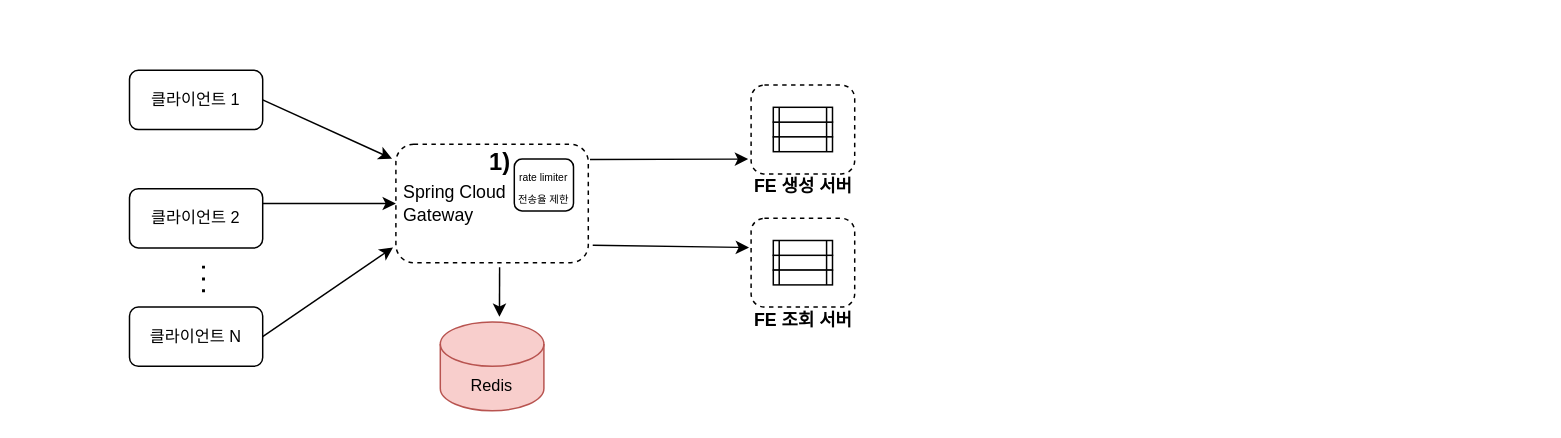
BaekSeungYeol/perpetmatch-Api keeps this draw.io diagram as 제목 없는 다이어그램.drawio. Above is the earlier version. Source tidied: cells renumbered, new cells numbered last; positions are measured from the earlier drawing's top-left corner, leaving out a move shared by most shapes. Both pictures are drawn from the tidied source at 148%, with x=0, y=0 at pixel (129, 70).
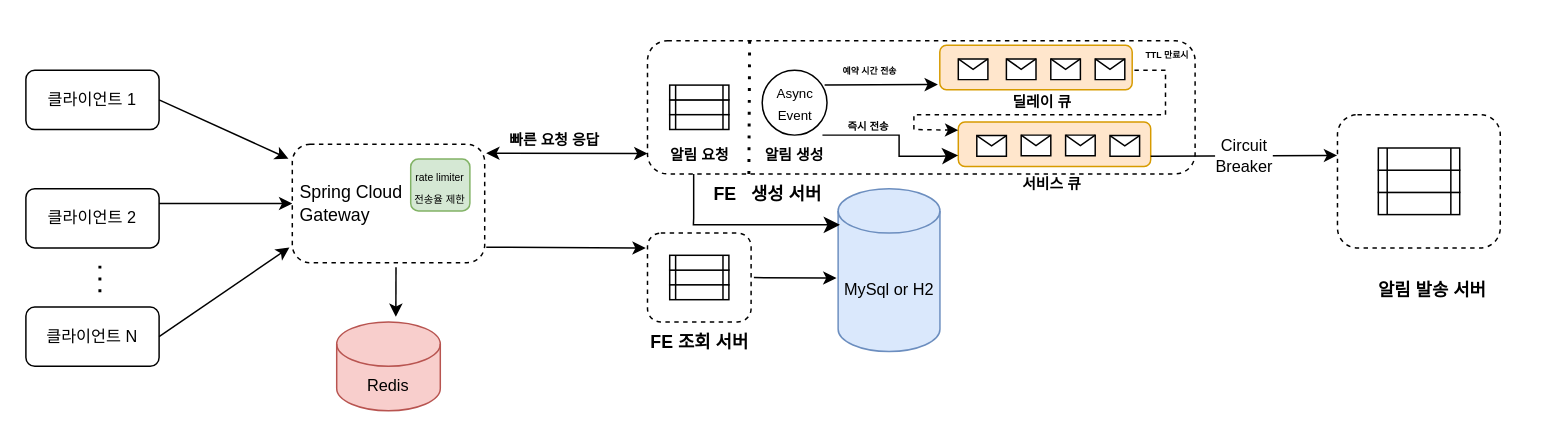
After the change.

Commit message (it also covers changes not shown here):
제목 없는 다이어그램.drawio 업데이트

The edit, as a diff of the source:
```diff
@@
     <mxCell id="2" value="&lt;font style=&quot;font-size: 11px;&quot;&gt;클라이언트 1&lt;/font&gt;" style="rounded=1;whiteSpace=wrap;html=1;" parent="1" vertex="1">
-      <mxGeometry width="90" height="40" as="geometry" />
+      <mxGeometry x="-70" width="90" height="40" as="geometry" />
     </mxCell>
     <mxCell id="3" value="&lt;font style=&quot;font-size: 11px;&quot;&gt;클라이언트 2&lt;/font&gt;" style="rounded=1;whiteSpace=wrap;html=1;" parent="1" vertex="1">
-      <mxGeometry y="80" width="90" height="40" as="geometry" />
+      <mxGeometry x="-70" y="80" width="90" height="40" as="geometry" />
     </mxCell>
     <mxCell id="4" value="&lt;font style=&quot;font-size: 11px;&quot;&gt;클라이언트 N&lt;/font&gt;" style="rounded=1;whiteSpace=wrap;html=1;" parent="1" vertex="1">
-      <mxGeometry y="160" width="90" height="40" as="geometry" />
+      <mxGeometry x="-70" y="160" width="90" height="40" as="geometry" />
     </mxCell>
@@
     <mxCell id="7" style="endArrow=none;dashed=1;html=1;dashPattern=1 3;strokeWidth=2;rounded=0;" parent="1" edge="1">
       <mxGeometry relative="1" as="geometry">
-        <mxPoint x="50" y="150" as="sourcePoint" />
-        <mxPoint x="50" y="130" as="targetPoint" />
+        <mxPoint x="-20" y="150" as="sourcePoint" />
+        <mxPoint x="-20" y="130" as="targetPoint" />
       </mxGeometry>
     </mxCell>
@@
     <mxCell id="9" value="&amp;nbsp;Spring Cloud&amp;nbsp; &amp;nbsp; &amp;nbsp;Gateway" style="rounded=1;whiteSpace=wrap;html=1;align=left;dashed=1;" parent="1" vertex="1">
-      <mxGeometry x="180" y="50" width="130" height="80" as="geometry" />
+      <mxGeometry x="110" y="50" width="130" height="80" as="geometry" />
     </mxCell>
-    <mxCell id="10" value="&lt;div&gt;&lt;span style=&quot;font-size: 7px;&quot;&gt;rate limiter&lt;/span&gt;&lt;/div&gt;&lt;font style=&quot;font-size: 7px;&quot;&gt;전송율 제한&lt;/font&gt;" style="rounded=1;whiteSpace=wrap;html=1;" parent="1" vertex="1">
-      <mxGeometry x="260" y="60" width="40" height="35" as="geometry" />
+    <mxCell id="10" value="&lt;div&gt;&lt;span style=&quot;font-size: 7px;&quot;&gt;rate limiter&lt;/span&gt;&lt;/div&gt;&lt;font style=&quot;font-size: 7px;&quot;&gt;전송율 제한&lt;/font&gt;" style="rounded=1;whiteSpace=wrap;html=1;fillColor=#d5e8d4;strokeColor=#82b366;" parent="1" vertex="1">
+      <mxGeometry x="190" y="60" width="40" height="35" as="geometry" />
     </mxCell>
@@
     <mxCell id="12" value="&lt;font style=&quot;font-size: 11px;&quot;&gt;Redis&lt;/font&gt;" style="shape=cylinder3;whiteSpace=wrap;html=1;boundedLbl=1;backgroundOutline=1;size=15;fillColor=#f8cecc;strokeColor=#b85450;" parent="1" vertex="1">
-      <mxGeometry x="210" y="170" width="70" height="60" as="geometry" />
+      <mxGeometry x="140" y="170" width="70" height="60" as="geometry" />
     </mxCell>
-    <mxCell id="13" style="endArrow=classic;html=1;rounded=0;exitX=1.023;exitY=0.853;exitDx=0;exitDy=0;exitPerimeter=0;entryX=-0.02;entryY=0.329;entryDx=0;entryDy=0;entryPerimeter=0;" parent="1" edge="1" source="9" target="14">
+    <mxCell id="13" style="endArrow=classic;html=1;rounded=0;exitX=1.008;exitY=0.869;exitDx=0;exitDy=0;exitPerimeter=0;entryX=-0.017;entryY=0.169;entryDx=0;entryDy=0;entryPerimeter=0;" parent="1" edge="1" source="9" target="14">
       <mxGeometry relative="1" as="geometry" />
     </mxCell>
     <mxCell id="14" style="rounded=1;whiteSpace=wrap;html=1;align=left;dashed=1;" parent="1" vertex="1">
-      <mxGeometry x="420" y="100" width="70" height="60" as="geometry" />
+      <mxGeometry x="350" y="110" width="70" height="60" as="geometry" />
     </mxCell>
     <mxCell id="15" style="shape=process;whiteSpace=wrap;html=1;backgroundOutline=1;" parent="1" vertex="1">
-      <mxGeometry x="435" y="125" width="40" height="10" as="geometry" />
+      <mxGeometry x="365" y="135" width="40" height="10" as="geometry" />
     </mxCell>
     <mxCell id="16" style="shape=process;whiteSpace=wrap;html=1;backgroundOutline=1;" parent="1" vertex="1">
-      <mxGeometry x="435" y="135" width="40" height="10" as="geometry" />
+      <mxGeometry x="365" y="145" width="40" height="10" as="geometry" />
     </mxCell>
     <mxCell id="17" style="shape=process;whiteSpace=wrap;html=1;backgroundOutline=1;" parent="1" vertex="1">
-      <mxGeometry x="435" y="115" width="40" height="10" as="geometry" />
+      <mxGeometry x="365" y="125" width="40" height="10" as="geometry" />
     </mxCell>
     <mxCell id="18" value="&lt;font style=&quot;font-size: 12px;&quot;&gt;FE 조회 서버&lt;/font&gt;" style="text;strokeColor=none;fillColor=none;html=1;fontSize=24;fontStyle=1;verticalAlign=middle;align=center;" parent="1" vertex="1">
-      <mxGeometry x="405" y="145" width="100" height="40" as="geometry" />
+      <mxGeometry x="335" y="160" width="100" height="40" as="geometry" />
     </mxCell>
     <mxCell id="19" style="rounded=1;whiteSpace=wrap;html=1;align=left;dashed=1;" parent="1" vertex="1">
-      <mxGeometry x="420" y="10" width="70" height="60" as="geometry" />
+      <mxGeometry x="350" y="-20" width="370" height="90" as="geometry" />
     </mxCell>
     <mxCell id="20" style="shape=process;whiteSpace=wrap;html=1;backgroundOutline=1;" parent="1" vertex="1">
-      <mxGeometry x="435" y="35" width="40" height="10" as="geometry" />
+      <mxGeometry x="365" y="20" width="40" height="10" as="geometry" />
     </mxCell>
     <mxCell id="21" style="shape=process;whiteSpace=wrap;html=1;backgroundOutline=1;" parent="1" vertex="1">
-      <mxGeometry x="435" y="45" width="40" height="10" as="geometry" />
+      <mxGeometry x="365" y="30" width="40" height="10" as="geometry" />
     </mxCell>
     <mxCell id="22" style="shape=process;whiteSpace=wrap;html=1;backgroundOutline=1;" parent="1" vertex="1">
-      <mxGeometry x="435" y="25" width="40" height="10" as="geometry" />
+      <mxGeometry x="365" y="10" width="40" height="10" as="geometry" />
     </mxCell>
-    <mxCell id="23" value="&lt;font style=&quot;font-size: 12px;&quot;&gt;FE 생성 서버&lt;/font&gt;" style="text;strokeColor=none;fillColor=none;html=1;fontSize=24;fontStyle=1;verticalAlign=middle;align=center;" parent="1" vertex="1">
-      <mxGeometry x="405" y="55" width="100" height="40" as="geometry" />
+    <mxCell id="23" value="&lt;font style=&quot;font-size: 12px;&quot;&gt;FE&amp;nbsp; &amp;nbsp;생성 서버&lt;/font&gt;" style="text;strokeColor=none;fillColor=none;html=1;fontSize=24;fontStyle=1;verticalAlign=middle;align=center;" parent="1" vertex="1">
+      <mxGeometry x="369.7" y="65" width="122.5" height="30" as="geometry" />
     </mxCell>
-    <mxCell id="24" style="endArrow=classic;html=1;rounded=0;exitX=1.009;exitY=0.129;exitDx=0;exitDy=0;exitPerimeter=0;" parent="1" edge="1" source="9">
-      <mxGeometry relative="1" as="geometry">
-        <mxPoint x="418" y="60" as="targetPoint" />
-      </mxGeometry>
-    </mxCell>
-    <mxCell id="25" value="&lt;font style=&quot;font-size: 16px;&quot;&gt;1)&lt;/font&gt;" style="text;strokeColor=none;fillColor=none;html=1;fontSize=24;fontStyle=1;verticalAlign=middle;align=center;strokeWidth=1;" parent="1" vertex="1">
-      <mxGeometry x="200" y="40" width="100" height="40" as="geometry" />
-    </mxCell>
+    <mxCell id="26" value="&lt;font style=&quot;font-size: 11px;&quot;&gt;MySql or H2&lt;/font&gt;" style="shape=cylinder3;whiteSpace=wrap;html=1;boundedLbl=1;backgroundOutline=1;size=15;fillColor=#dae8fc;strokeColor=#6c8ebf;" parent="1" vertex="1">
+      <mxGeometry x="478.8" y="80" width="68.8" height="110" as="geometry" />
+    </mxCell>
+    <mxCell id="27" style="endArrow=none;dashed=1;html=1;dashPattern=1 3;strokeWidth=2;rounded=0;exitX=0.538;exitY=1;exitDx=0;exitDy=0;exitPerimeter=0;" parent="1" edge="1">
+      <mxGeometry relative="1" as="geometry">
+        <mxPoint x="418.5" y="70" as="sourcePoint" />
+        <mxPoint x="419" y="-20" as="targetPoint" />
+      </mxGeometry>
+    </mxCell>
+    <mxCell id="28" value="&lt;div&gt;&lt;font style=&quot;font-size: 9px;&quot;&gt;Async&lt;/font&gt;&lt;/div&gt;&lt;font style=&quot;font-size: 9px;&quot;&gt;Event&lt;/font&gt;" style="ellipse;whiteSpace=wrap;html=1;" parent="1" vertex="1">
+      <mxGeometry x="427.5" width="43.8" height="43.8" as="geometry" />
+    </mxCell>
+    <mxCell id="29" style="endArrow=classic;startArrow=classic;html=1;rounded=0;entryX=0;entryY=0.75;entryDx=0;entryDy=0;" parent="1" edge="1" target="31">
+      <mxGeometry relative="1" as="geometry">
+        <mxPoint x="241" y="56" as="sourcePoint" />
+      </mxGeometry>
+    </mxCell>
+    <mxCell id="30" value="&lt;font style=&quot;font-size: 10px;&quot;&gt;빠른 요청 응답&lt;/font&gt;" style="text;strokeColor=none;fillColor=none;html=1;fontSize=24;fontStyle=1;verticalAlign=middle;align=center;" parent="1" vertex="1">
+      <mxGeometry x="253.8" y="35" width="66.2" height="15" as="geometry" />
+    </mxCell>
+    <mxCell id="31" value="&lt;span style=&quot;font-size: 10px;&quot;&gt;알림 요청&lt;/span&gt;" style="text;strokeColor=none;fillColor=none;html=1;fontSize=24;fontStyle=1;verticalAlign=middle;align=center;" parent="1" vertex="1">
+      <mxGeometry x="350" y="45" width="70" height="15" as="geometry" />
+    </mxCell>
+    <mxCell id="32" value="&lt;span style=&quot;font-size: 10px;&quot;&gt;알림 생성&lt;/span&gt;" style="text;strokeColor=none;fillColor=none;html=1;fontSize=24;fontStyle=1;verticalAlign=middle;align=center;" parent="1" vertex="1">
+      <mxGeometry x="426.2" y="50.6" width="45" height="3.8" as="geometry" />
+    </mxCell>
+    <mxCell id="33" style="rounded=1;whiteSpace=wrap;html=1;fillColor=#ffe6cc;strokeColor=#d79b00;" parent="1" vertex="1">
+      <mxGeometry x="560" y="35" width="130" height="30" as="geometry" />
+    </mxCell>
+    <mxCell id="34" value="&lt;font style=&quot;font-size: 10px;&quot;&gt;서비스 큐&lt;/font&gt;" style="text;strokeColor=none;fillColor=none;html=1;fontSize=24;fontStyle=1;verticalAlign=middle;align=center;" parent="1" vertex="1">
+      <mxGeometry x="582.5" y="60" width="80" height="26.9" as="geometry" />
+    </mxCell>
+    <mxCell id="35" style="edgeStyle=segmentEdgeStyle;endArrow=classic;html=1;curved=0;rounded=0;endSize=8;startSize=8;exitX=0.25;exitY=1;exitDx=0;exitDy=0;entryX=0.018;entryY=0.222;entryDx=0;entryDy=0;entryPerimeter=0;" parent="1" edge="1" target="26">
+      <mxGeometry relative="1" as="geometry">
+        <mxPoint x="381.2" y="70" as="sourcePoint" />
+        <Array as="points">
+          <mxPoint x="381" y="100" />
+          <mxPoint x="381" y="100" />
+          <mxPoint x="381" y="104" />
+        </Array>
+      </mxGeometry>
+    </mxCell>
+    <mxCell id="36" style="endArrow=classic;html=1;rounded=0;entryX=-0.016;entryY=0.549;entryDx=0;entryDy=0;entryPerimeter=0;exitX=1.027;exitY=0.501;exitDx=0;exitDy=0;exitPerimeter=0;" parent="1" edge="1" source="14" target="26">
+      <mxGeometry relative="1" as="geometry" />
+    </mxCell>
+    <mxCell id="37" style="rounded=1;whiteSpace=wrap;html=1;fillColor=#ffe6cc;strokeColor=#d79b00;" parent="1" vertex="1">
+      <mxGeometry x="547.5" y="-16.9" width="130" height="30" as="geometry" />
+    </mxCell>
+    <mxCell id="38" value="&lt;font style=&quot;font-size: 10px;&quot;&gt;&amp;nbsp;딜레이 큐&lt;/font&gt;" style="text;strokeColor=none;fillColor=none;html=1;fontSize=24;fontStyle=1;verticalAlign=middle;align=center;" parent="1" vertex="1">
+      <mxGeometry x="575" y="3.1" width="80" height="26.9" as="geometry" />
+    </mxCell>
+    <mxCell id="39" style="rounded=1;whiteSpace=wrap;html=1;align=left;dashed=1;" parent="1" vertex="1">
+      <mxGeometry x="816.2" y="30" width="110" height="90" as="geometry" />
+    </mxCell>
+    <mxCell id="40" style="shape=process;whiteSpace=wrap;html=1;backgroundOutline=1;" parent="1" vertex="1">
+      <mxGeometry x="843.8" y="82.5" width="55" height="15" as="geometry" />
+    </mxCell>
+    <mxCell id="41" style="shape=process;whiteSpace=wrap;html=1;backgroundOutline=1;" parent="1" vertex="1">
+      <mxGeometry x="843.8" y="67.5" width="55" height="15" as="geometry" />
+    </mxCell>
+    <mxCell id="42" style="shape=process;whiteSpace=wrap;html=1;backgroundOutline=1;" parent="1" vertex="1">
+      <mxGeometry x="843.8" y="52.5" width="55" height="15" as="geometry" />
+    </mxCell>
+    <mxCell id="43" value="&lt;font style=&quot;font-size: 12px;&quot;&gt;알림 발송 서버&lt;/font&gt;" style="text;strokeColor=none;fillColor=none;html=1;fontSize=24;fontStyle=1;verticalAlign=middle;align=center;" parent="1" vertex="1">
+      <mxGeometry x="810" y="120" width="140" height="50" as="geometry" />
+    </mxCell>
+    <mxCell id="44" value="&lt;span style=&quot;font-size: 6px;&quot;&gt;예약 시간 전송&lt;/span&gt;" style="text;strokeColor=none;fillColor=none;html=1;fontSize=24;fontStyle=1;verticalAlign=middle;align=center;" parent="1" vertex="1">
+      <mxGeometry x="478.9" y="-10" width="41.9" height="10" as="geometry" />
+    </mxCell>
+    <mxCell id="45" style="endArrow=classic;html=1;rounded=0;entryX=0;entryY=0.183;entryDx=0;entryDy=0;dashed=1;entryPerimeter=0;" parent="1" edge="1" target="33">
+      <mxGeometry relative="1" as="geometry">
+        <mxPoint x="679" as="sourcePoint" />
+        <Array as="points">
+          <mxPoint x="700" />
+          <mxPoint x="700" y="30" />
+          <mxPoint x="530" y="30" />
+          <mxPoint x="530" y="40" />
+        </Array>
+      </mxGeometry>
+    </mxCell>
+    <mxCell id="46" value="&lt;font style=&quot;font-size: 7px;&quot;&gt;즉시 전송&lt;/font&gt;" style="text;strokeColor=none;fillColor=none;html=1;fontSize=24;fontStyle=1;verticalAlign=middle;align=center;" parent="1" vertex="1">
+      <mxGeometry x="478.8" y="25" width="41.2" height="15" as="geometry" />
+    </mxCell>
+    <mxCell id="47" value="&lt;font style=&quot;font-size: 6px;&quot;&gt;TTL 만료시&lt;/font&gt;" style="text;strokeColor=none;fillColor=none;html=1;fontSize=24;fontStyle=1;verticalAlign=middle;align=center;" parent="1" vertex="1">
+      <mxGeometry x="700" y="-19.4" height="6.2" as="geometry" />
+    </mxCell>
+    <mxCell id="48" style="edgeStyle=segmentEdgeStyle;endArrow=classic;html=1;curved=0;rounded=0;endSize=8;startSize=8;entryX=0;entryY=0.75;entryDx=0;entryDy=0;exitX=0.03;exitY=0.417;exitDx=0;exitDy=0;exitPerimeter=0;" parent="1" edge="1" target="33">
+      <mxGeometry relative="1" as="geometry">
+        <mxPoint x="468.2" y="43.8" as="sourcePoint" />
+        <Array as="points">
+          <mxPoint x="520" y="44" />
+          <mxPoint x="520" y="58" />
+          <mxPoint x="548" y="58" />
+        </Array>
+      </mxGeometry>
+    </mxCell>
+    <mxCell id="49" style="shape=message;html=1;" parent="1" vertex="1">
+      <mxGeometry x="560" y="-7.7" width="20" height="14" as="geometry" />
+    </mxCell>
+    <mxCell id="50" style="shape=message;html=1;" parent="1" vertex="1">
+      <mxGeometry x="592.5" y="-7.7" width="20" height="14" as="geometry" />
+    </mxCell>
+    <mxCell id="51" style="shape=message;html=1;" parent="1" vertex="1">
+      <mxGeometry x="652.5" y="-7.7" width="20" height="14" as="geometry" />
+    </mxCell>
+    <mxCell id="52" style="shape=message;html=1;" parent="1" vertex="1">
+      <mxGeometry x="622.5" y="-7.7" width="20" height="14" as="geometry" />
+    </mxCell>
+    <mxCell id="53" style="shape=message;html=1;" parent="1" vertex="1">
+      <mxGeometry x="572.5" y="44.1" width="20" height="14" as="geometry" />
+    </mxCell>
+    <mxCell id="54" style="shape=message;html=1;" parent="1" vertex="1">
+      <mxGeometry x="602.5" y="43.8" width="20" height="14" as="geometry" />
+    </mxCell>
+    <mxCell id="55" style="shape=message;html=1;" parent="1" vertex="1">
+      <mxGeometry x="632.5" y="43.8" width="20" height="14" as="geometry" />
+    </mxCell>
+    <mxCell id="56" style="shape=message;html=1;" parent="1" vertex="1">
+      <mxGeometry x="662.5" y="44.1" width="20" height="14" as="geometry" />
+    </mxCell>
+    <mxCell id="57" style="endArrow=classic;html=1;rounded=0;exitX=0.963;exitY=0.227;exitDx=0;exitDy=0;exitPerimeter=0;entryX=-0.01;entryY=0.883;entryDx=0;entryDy=0;entryPerimeter=0;" parent="1" edge="1" source="28" target="37">
+      <mxGeometry relative="1" as="geometry" />
+    </mxCell>
+    <mxCell id="58" style="endArrow=classic;html=1;rounded=0;entryX=-0.002;entryY=0.306;entryDx=0;entryDy=0;entryPerimeter=0;" parent="1" edge="1" target="39">
+      <mxGeometry relative="1" as="geometry">
+        <mxPoint x="690" y="58.1" as="sourcePoint" />
+      </mxGeometry>
+    </mxCell>
+    <mxCell id="59" value="Circuit&lt;div&gt;Breaker&lt;/div&gt;" style="edgeLabel;html=1;align=center;verticalAlign=middle;" parent="58" vertex="1">
+      <mxGeometry relative="1" as="geometry" />
+    </mxCell>
```
